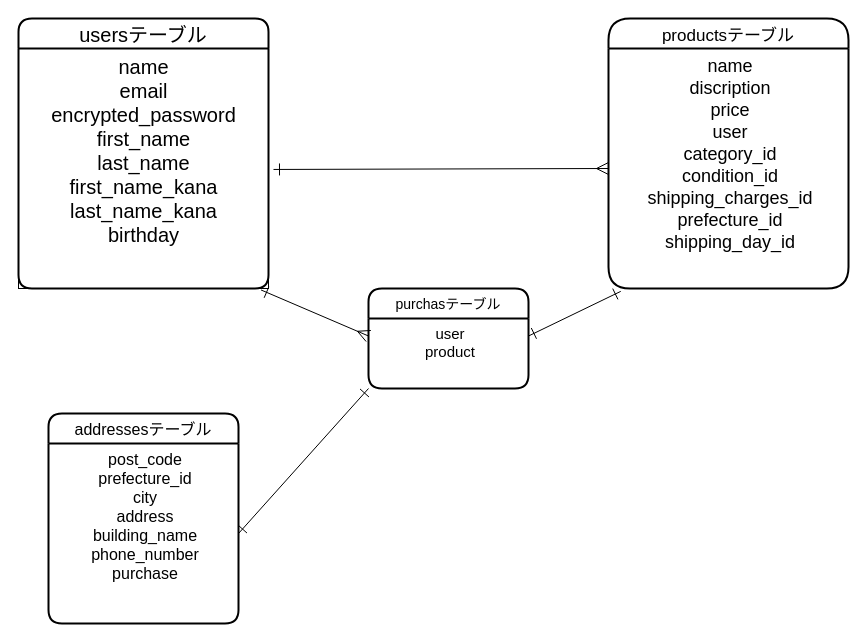
yyhoshino/furima-38595 keeps this draw.io diagram as furima.dio. Above is the earlier version. Source tidied: cells renumbered, new cells numbered last; positions are measured from the earlier drawing's top-left corner, leaving out a move shared by most shapes. Both pictures are drawn from the tidied source at 100%, with x=0, y=0 at pixel (18, 18).
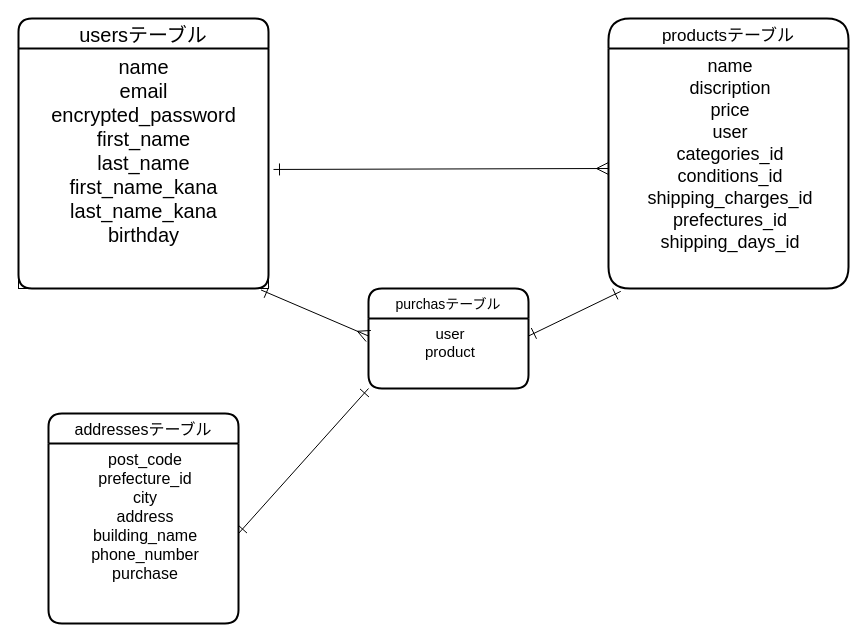
Above is the later version.

What changed in the source:
```diff
@@
 <mxGraphModel>
   <root>
     <mxCell id="0" />
     <mxCell id="1" parent="0" />
     <mxCell id="2" value="usersテーブル" style="swimlane;horizontal=1;startSize=30;rounded=1;fontSize=20;fontStyle=0;strokeWidth=2;shadow=0;dashed=0;align=center;" parent="1" vertex="1">
       <mxGeometry width="250" height="270" as="geometry" />
     </mxCell>
     <mxCell id="3" value="name&lt;br&gt;email&lt;br&gt;encrypted_password&lt;br&gt;first_name&lt;br&gt;last_name&lt;br&gt;first_name_kana&lt;br&gt;last_name_kana&lt;br&gt;&lt;div&gt;birthday&lt;/div&gt;" style="text;html=1;align=center;verticalAlign=top;points=[];strokeColor=default;fillColor=none;fontSize=20;fontStyle=0;" parent="2" vertex="1">
       <mxGeometry y="30" width="250" height="240" as="geometry" />
     </mxCell>
     <mxCell id="4" value="productsテーブル" style="swimlane;horizontal=1;startSize=30;rounded=1;fontSize=17;fontStyle=0;strokeWidth=2;shadow=0;dashed=0;align=center;arcSize=24;" parent="1" vertex="1">
       <mxGeometry x="590" width="240" height="270" as="geometry" />
     </mxCell>
-    <mxCell id="5" value="name&#10;discription&#10;price&#10;user&#10;category_id&#10;condition_id&#10;shipping_charges_id&#10;prefecture_id&#10;shipping_day_id&#10;" style="align=center;strokeColor=none;fillColor=none;spacingLeft=4;fontSize=18;verticalAlign=top;" parent="4" vertex="1">
+    <mxCell id="5" value="name&#10;discription&#10;price&#10;user&#10;categories_id&#10;conditions_id&#10;shipping_charges_id&#10;prefectures_id&#10;shipping_days_id&#10;" style="align=center;strokeColor=none;fillColor=none;spacingLeft=4;fontSize=18;verticalAlign=top;" parent="4" vertex="1">
       <mxGeometry y="30" width="240" height="240" as="geometry" />
     </mxCell>
     <mxCell id="6" style="edgeStyle=none;html=1;fontSize=18;endArrow=ERmany;endFill=0;strokeWidth=1;endSize=10;entryX=0;entryY=0.5;entryDx=0;entryDy=0;startArrow=ERone;startFill=0;targetPerimeterSpacing=10;sourcePerimeterSpacing=10;startSize=10;exitX=1.02;exitY=0.504;exitDx=0;exitDy=0;exitPerimeter=0;" parent="1" edge="1" source="3" target="5">
       <mxGeometry relative="1" as="geometry" />
     </mxCell>
     <mxCell id="7" value="purchasテーブル" style="swimlane;horizontal=1;startSize=30;rounded=1;fontSize=14;fontStyle=0;strokeWidth=2;shadow=0;dashed=0;align=center;" parent="1" vertex="1">
       <mxGeometry x="350" y="270" width="160" height="100" as="geometry" />
     </mxCell>
     <mxCell id="8" value="user&#10;product" style="align=center;strokeColor=none;fillColor=none;spacingLeft=4;fontSize=15;verticalAlign=top;" parent="7" vertex="1">
       <mxGeometry y="30" width="160" height="70" as="geometry" />
     </mxCell>
     <mxCell id="9" style="edgeStyle=none;html=1;exitX=1;exitY=0.25;exitDx=0;exitDy=0;fontSize=15;startArrow=ERone;startFill=0;endArrow=ERone;endFill=0;startSize=10;endSize=10;sourcePerimeterSpacing=10;targetPerimeterSpacing=10;strokeWidth=1;entryX=0.051;entryY=1.012;entryDx=0;entryDy=0;entryPerimeter=0;" parent="1" edge="1" source="8" target="5">
       <mxGeometry relative="1" as="geometry" />
     </mxCell>
     <mxCell id="10" value="addressesテーブル" style="swimlane;horizontal=1;startSize=30;rounded=1;fontSize=16;fontStyle=0;strokeWidth=2;shadow=0;dashed=0;align=center;" parent="1" vertex="1">
       <mxGeometry x="30" y="395" width="190" height="210" as="geometry" />
     </mxCell>
     <mxCell id="11" value="post_code&#10;prefecture_id&#10;city&#10;address&#10;building_name&#10;phone_number&#10;purchase" style="align=center;strokeColor=none;fillColor=none;spacingLeft=4;fontSize=16;verticalAlign=top;" parent="10" vertex="1">
       <mxGeometry y="30" width="190" height="180" as="geometry" />
     </mxCell>
     <mxCell id="12" style="edgeStyle=none;html=1;exitX=0;exitY=0.25;exitDx=0;exitDy=0;entryX=0.97;entryY=1.006;entryDx=0;entryDy=0;entryPerimeter=0;fontSize=15;startArrow=ERmany;startFill=0;endArrow=ERone;endFill=0;startSize=10;endSize=10;sourcePerimeterSpacing=10;targetPerimeterSpacing=10;strokeWidth=1;" parent="1" edge="1" source="8" target="3">
       <mxGeometry relative="1" as="geometry" />
     </mxCell>
     <mxCell id="13" style="edgeStyle=none;html=1;exitX=0;exitY=1;exitDx=0;exitDy=0;entryX=1;entryY=0.5;entryDx=0;entryDy=0;fontSize=15;startArrow=ERone;startFill=0;endArrow=ERone;endFill=0;startSize=10;endSize=10;sourcePerimeterSpacing=10;targetPerimeterSpacing=10;strokeWidth=1;" parent="1" edge="1" source="8" target="11">
       <mxGeometry relative="1" as="geometry" />
     </mxCell>
   </root>
 </mxGraphModel>
```
